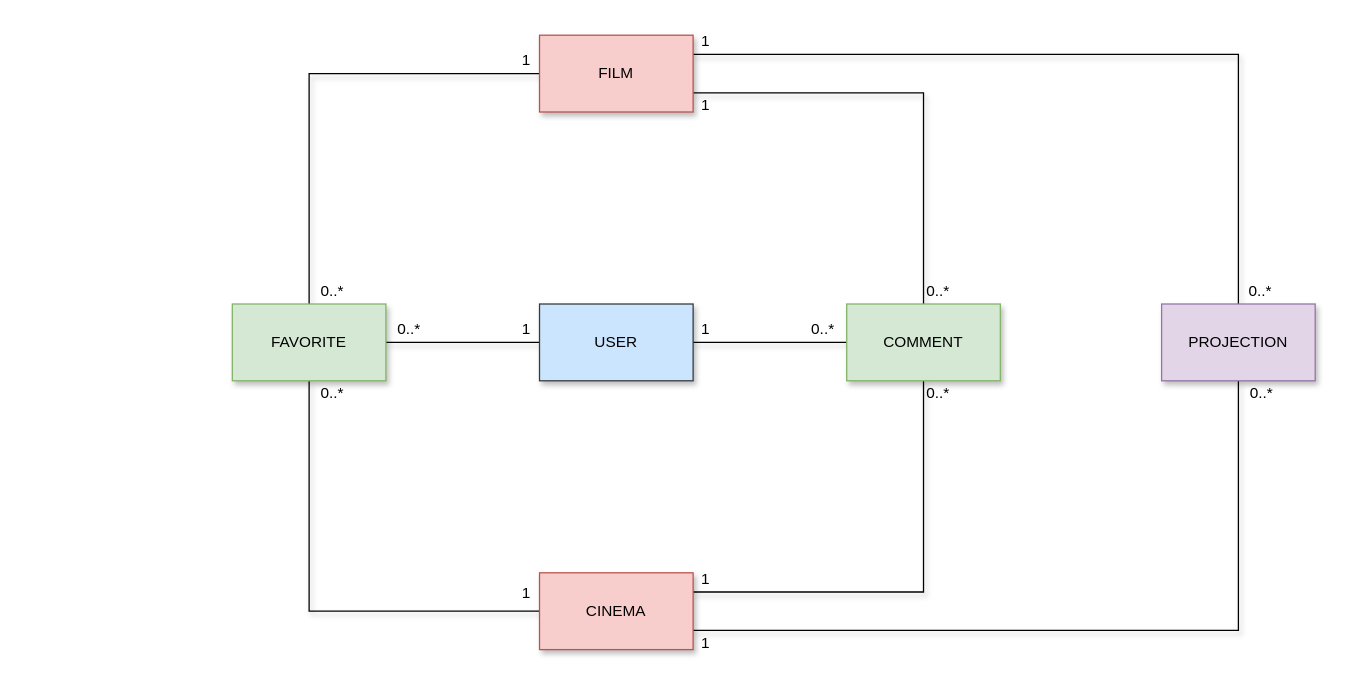
unipi-fr/LargeScaleMultiStructureDatabases keeps this draw.io diagram as Task2/Documentation/Diagrams/Class diagram.drawio. Above is the earlier version. Source tidied: cells renumbered, new cells numbered last; positions are measured from the earlier drawing's top-left corner, leaving out a move shared by most shapes. Both pictures are drawn from the tidied source at 128%, with x=0, y=0 at pixel (232, 35).
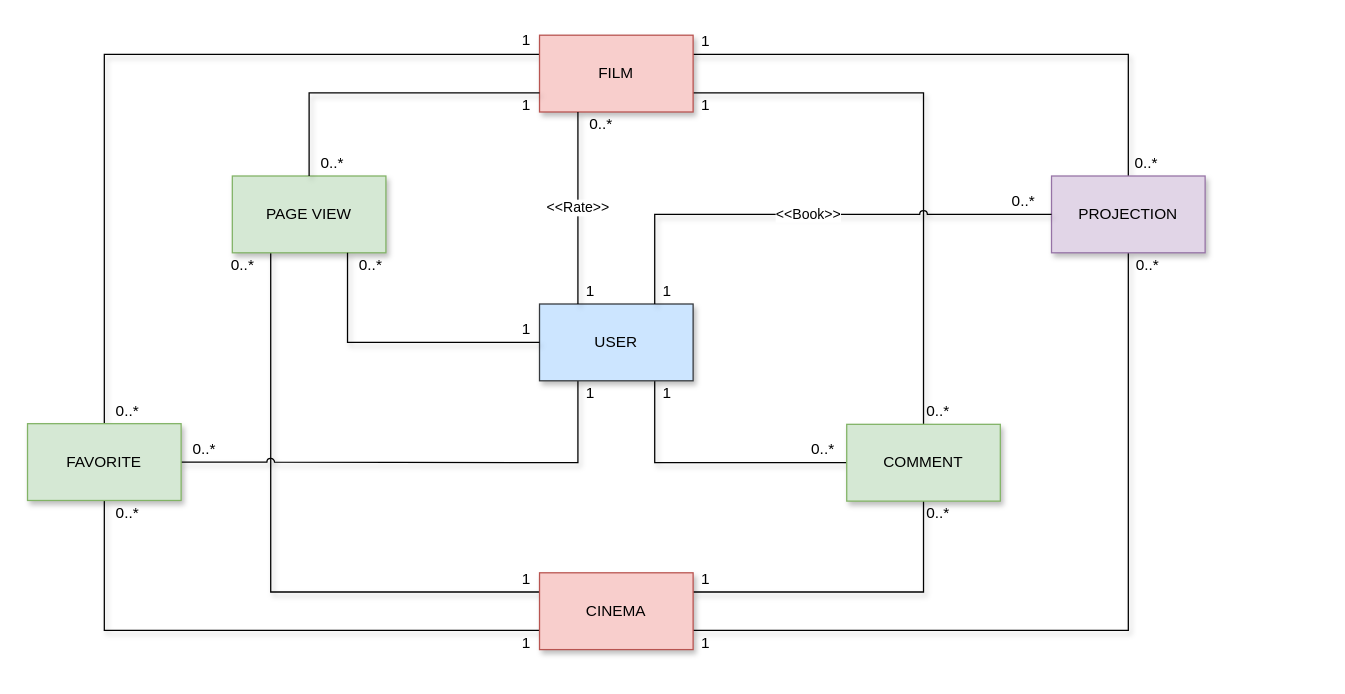
Above is the later version.

Unchanged cells that the change refers to:
```xml
<mxCell id="27" value="CINEMA" style="rounded=0;whiteSpace=wrap;html=1;fillColor=#f8cecc;strokeColor=#b85450;shadow=1;" parent="1" vertex="1">
  <mxGeometry x="240" y="420" width="120" height="60" as="geometry" />
</mxCell>
<mxCell id="28" value="FILM" style="rounded=0;whiteSpace=wrap;html=1;fillColor=#f8cecc;strokeColor=#b85450;shadow=1;" parent="1" vertex="1">
  <mxGeometry x="240" width="120" height="60" as="geometry" />
</mxCell>
<mxCell id="31" value="USER" style="rounded=0;whiteSpace=wrap;html=1;fillColor=#cce5ff;strokeColor=#36393d;shadow=1;" parent="1" vertex="1">
  <mxGeometry x="240" y="210" width="120" height="60" as="geometry" />
</mxCell>
```

What changed in the source:
```diff
@@
+    <mxCell id="32" style="endArrow=none;html=1;entryX=0.25;entryY=1;entryDx=0;entryDy=0;exitX=0;exitY=0.25;exitDx=0;exitDy=0;shadow=1;rounded=0;jumpStyle=arc;" parent="1" edge="1" source="27" target="39">
+      <mxGeometry relative="1" as="geometry">
+        <Array as="points">
+          <mxPoint x="30" y="435" />
+        </Array>
+      </mxGeometry>
+    </mxCell>
-    <mxCell id="2" style="endArrow=none;html=1;entryX=1;entryY=0.5;entryDx=0;entryDy=0;exitX=0;exitY=0.5;exitDx=0;exitDy=0;shadow=1;" parent="1" edge="1" source="31" target="30">
-      <mxGeometry relative="1" as="geometry" />
+    <mxCell id="2" style="endArrow=none;html=1;entryX=1;entryY=0.5;entryDx=0;entryDy=0;exitX=0.25;exitY=1;exitDx=0;exitDy=0;shadow=1;rounded=0;jumpStyle=arc;" parent="1" edge="1" source="31" target="30">
+      <mxGeometry relative="1" as="geometry">
+        <Array as="points">
+          <mxPoint x="270" y="334" />
+          <mxPoint x="150" y="334" />
+        </Array>
+      </mxGeometry>
     </mxCell>
-    <mxCell id="3" style="endArrow=none;html=1;entryX=1;entryY=0.5;entryDx=0;entryDy=0;exitX=0;exitY=0.5;exitDx=0;exitDy=0;shadow=1;" parent="1" edge="1" source="29" target="31">
-      <mxGeometry relative="1" as="geometry" />
+    <mxCell id="3" style="endArrow=none;html=1;entryX=0.75;entryY=1;entryDx=0;entryDy=0;exitX=0;exitY=0.5;exitDx=0;exitDy=0;shadow=1;rounded=0;" parent="1" edge="1" source="29" target="31">
+      <mxGeometry relative="1" as="geometry">
+        <Array as="points">
+          <mxPoint x="330" y="334" />
+        </Array>
+      </mxGeometry>
     </mxCell>
-    <mxCell id="4" style="endArrow=none;html=1;entryX=0.5;entryY=1;entryDx=0;entryDy=0;exitX=0;exitY=0.5;exitDx=0;exitDy=0;rounded=0;shadow=1;" parent="1" edge="1" source="27" target="30">
+    <mxCell id="4" style="endArrow=none;html=1;entryX=0.5;entryY=1;entryDx=0;entryDy=0;exitX=0;exitY=0.75;exitDx=0;exitDy=0;rounded=0;shadow=1;" parent="1" edge="1" source="27" target="30">
       <mxGeometry relative="1" as="geometry">
         <Array as="points">
-          <mxPoint x="60" y="450" />
+          <mxPoint x="-100" y="465" />
         </Array>
       </mxGeometry>
     </mxCell>
-    <mxCell id="5" style="endArrow=none;html=1;entryX=0.5;entryY=0;entryDx=0;entryDy=0;exitX=0;exitY=0.5;exitDx=0;exitDy=0;rounded=0;shadow=1;" parent="1" edge="1" source="28" target="30">
+    <mxCell id="5" style="endArrow=none;html=1;entryX=0.5;entryY=0;entryDx=0;entryDy=0;exitX=0;exitY=0.25;exitDx=0;exitDy=0;rounded=0;shadow=1;" parent="1" edge="1" source="28" target="30">
       <mxGeometry relative="1" as="geometry">
         <Array as="points">
-          <mxPoint x="60" y="30" />
+          <mxPoint x="-100" y="15" />
         </Array>
       </mxGeometry>
     </mxCell>
@@
-    <mxCell id="7" style="endArrow=none;html=1;entryX=1;entryY=0.75;entryDx=0;entryDy=0;exitX=0.5;exitY=0;exitDx=0;exitDy=0;rounded=0;shadow=1;" parent="1" edge="1" source="29" target="28">
+    <mxCell id="7" style="endArrow=none;html=1;entryX=1;entryY=0.75;entryDx=0;entryDy=0;exitX=0.5;exitY=0;exitDx=0;exitDy=0;rounded=0;shadow=1;jumpStyle=arc;" parent="1" edge="1" source="29" target="28">
       <mxGeometry relative="1" as="geometry">
         <Array as="points">
           <mxPoint x="540" y="45" />
         </Array>
       </mxGeometry>
     </mxCell>
     <mxCell id="8" style="endArrow=none;html=1;entryX=1;entryY=0.25;entryDx=0;entryDy=0;exitX=0.5;exitY=0;exitDx=0;exitDy=0;rounded=0;shadow=1;" parent="1" edge="1" source="26" target="28">
       <mxGeometry relative="1" as="geometry">
         <Array as="points">
-          <mxPoint x="786" y="15" />
+          <mxPoint x="700" y="15" />
         </Array>
       </mxGeometry>
     </mxCell>
     <mxCell id="9" style="endArrow=none;html=1;entryX=1;entryY=0.75;entryDx=0;entryDy=0;exitX=0.5;exitY=1;exitDx=0;exitDy=0;rounded=0;shadow=1;" parent="1" edge="1" source="26" target="27">
       <mxGeometry relative="1" as="geometry">
         <Array as="points">
-          <mxPoint x="786" y="465" />
+          <mxPoint x="700" y="465" />
         </Array>
       </mxGeometry>
     </mxCell>
     <mxCell id="10" value="0..*&amp;nbsp; &amp;nbsp; &amp;nbsp;" style="text;html=1;strokeColor=none;fillColor=none;align=center;verticalAlign=middle;whiteSpace=wrap;rounded=0;shadow=1;" parent="1" vertex="1">
-      <mxGeometry x="450" y="220" width="40" height="20" as="geometry" />
+      <mxGeometry x="450" y="314" width="40" height="20" as="geometry" />
     </mxCell>
     <mxCell id="11" value="1" style="text;html=1;strokeColor=none;fillColor=none;align=center;verticalAlign=middle;whiteSpace=wrap;rounded=0;shadow=1;" parent="1" vertex="1">
-      <mxGeometry x="350" y="220" width="40" height="20" as="geometry" />
+      <mxGeometry x="320" y="270" width="40" height="20" as="geometry" />
     </mxCell>
     <mxCell id="12" value="1" style="text;html=1;strokeColor=none;fillColor=none;align=center;verticalAlign=middle;whiteSpace=wrap;rounded=0;shadow=1;" parent="1" vertex="1">
-      <mxGeometry x="210" y="220" width="40" height="20" as="geometry" />
+      <mxGeometry x="260" y="270" width="40" height="20" as="geometry" />
     </mxCell>
     <mxCell id="13" value="0..*&amp;nbsp;" style="text;html=1;strokeColor=none;fillColor=none;align=center;verticalAlign=middle;whiteSpace=wrap;rounded=0;shadow=1;" parent="1" vertex="1">
-      <mxGeometry x="120" y="220" width="40" height="20" as="geometry" />
+      <mxGeometry x="-40" y="313.5" width="40" height="20" as="geometry" />
     </mxCell>
     <mxCell id="14" value="0..*&amp;nbsp;" style="text;html=1;strokeColor=none;fillColor=none;align=center;verticalAlign=middle;whiteSpace=wrap;rounded=0;shadow=1;" parent="1" vertex="1">
-      <mxGeometry x="60" y="270" width="40" height="20" as="geometry" />
+      <mxGeometry x="-100" y="363.5" width="40" height="20" as="geometry" />
     </mxCell>
     <mxCell id="15" value="0..*&amp;nbsp;" style="text;html=1;strokeColor=none;fillColor=none;align=center;verticalAlign=middle;whiteSpace=wrap;rounded=0;shadow=1;" parent="1" vertex="1">
-      <mxGeometry x="60" y="190" width="40" height="20" as="geometry" />
+      <mxGeometry x="-100" y="283.5" width="40" height="20" as="geometry" />
     </mxCell>
     <mxCell id="16" value="0..*&amp;nbsp;" style="text;html=1;strokeColor=none;fillColor=none;align=center;verticalAlign=middle;whiteSpace=wrap;rounded=0;shadow=1;" parent="1" vertex="1">
-      <mxGeometry x="784.8" y="190" width="40" height="20" as="geometry" />
+      <mxGeometry x="695.8" y="90" width="40" height="20" as="geometry" />
     </mxCell>
     <mxCell id="17" value="0..*&amp;nbsp;" style="text;html=1;strokeColor=none;fillColor=none;align=center;verticalAlign=middle;whiteSpace=wrap;rounded=0;shadow=1;" parent="1" vertex="1">
-      <mxGeometry x="785.8" y="270" width="40" height="20" as="geometry" />
+      <mxGeometry x="696.8" y="170" width="40" height="20" as="geometry" />
     </mxCell>
     <mxCell id="18" value="0..*&amp;nbsp; &amp;nbsp; &amp;nbsp;" style="text;html=1;strokeColor=none;fillColor=none;align=center;verticalAlign=middle;whiteSpace=wrap;rounded=0;shadow=1;" parent="1" vertex="1">
-      <mxGeometry x="540" y="190" width="40" height="20" as="geometry" />
+      <mxGeometry x="540" y="284" width="40" height="20" as="geometry" />
     </mxCell>
     <mxCell id="19" value="0..*&amp;nbsp; &amp;nbsp; &amp;nbsp;" style="text;html=1;strokeColor=none;fillColor=none;align=center;verticalAlign=middle;whiteSpace=wrap;rounded=0;shadow=1;" parent="1" vertex="1">
-      <mxGeometry x="540" y="270" width="40" height="20" as="geometry" />
+      <mxGeometry x="540" y="364" width="40" height="20" as="geometry" />
     </mxCell>
@@
     <mxCell id="21" value="1" style="text;html=1;strokeColor=none;fillColor=none;align=center;verticalAlign=middle;whiteSpace=wrap;rounded=0;shadow=1;" parent="1" vertex="1">
-      <mxGeometry x="210" y="10" width="40" height="20" as="geometry" />
+      <mxGeometry x="210" y="-6" width="40" height="20" as="geometry" />
     </mxCell>
@@
     <mxCell id="25" value="1" style="text;html=1;strokeColor=none;fillColor=none;align=center;verticalAlign=middle;whiteSpace=wrap;rounded=0;shadow=1;" parent="1" vertex="1">
-      <mxGeometry x="210" y="426.2" width="40" height="20" as="geometry" />
+      <mxGeometry x="210" y="465" width="40" height="20" as="geometry" />
     </mxCell>
     <mxCell id="26" value="PROJECTION" style="rounded=0;whiteSpace=wrap;html=1;fillColor=#e1d5e7;strokeColor=#9673a6;shadow=1;" parent="1" vertex="1">
-      <mxGeometry x="726" y="210" width="120" height="60" as="geometry" />
+      <mxGeometry x="640" y="110" width="120" height="60" as="geometry" />
     </mxCell>
@@
     <mxCell id="29" value="COMMENT" style="rounded=0;whiteSpace=wrap;html=1;fillColor=#d5e8d4;strokeColor=#82b366;shadow=1;" parent="1" vertex="1">
-      <mxGeometry x="480" y="210" width="120" height="60" as="geometry" />
+      <mxGeometry x="480" y="304" width="120" height="60" as="geometry" />
     </mxCell>
     <mxCell id="30" value="FAVORITE" style="rounded=0;whiteSpace=wrap;html=1;fillColor=#d5e8d4;strokeColor=#82b366;shadow=1;" parent="1" vertex="1">
-      <mxGeometry y="210" width="120" height="60" as="geometry" />
+      <mxGeometry x="-160" y="303.5" width="120" height="60" as="geometry" />
     </mxCell>
@@
+    <mxCell id="33" value="&amp;lt;&amp;lt;Book&amp;gt;&amp;gt;" style="endArrow=none;html=1;entryX=0.75;entryY=0;entryDx=0;entryDy=0;exitX=0;exitY=0.5;exitDx=0;exitDy=0;rounded=0;shadow=1;jumpStyle=arc;" parent="1" edge="1" source="26" target="31">
+      <mxGeometry relative="1" as="geometry">
+        <Array as="points">
+          <mxPoint x="330" y="140" />
+        </Array>
+      </mxGeometry>
+    </mxCell>
+    <mxCell id="34" value="1" style="text;html=1;strokeColor=none;fillColor=none;align=center;verticalAlign=middle;whiteSpace=wrap;rounded=0;shadow=1;" parent="1" vertex="1">
+      <mxGeometry x="320" y="190" width="40" height="20" as="geometry" />
+    </mxCell>
+    <mxCell id="35" value="0..*&amp;nbsp;" style="text;html=1;strokeColor=none;fillColor=none;align=center;verticalAlign=middle;whiteSpace=wrap;rounded=0;shadow=1;" parent="1" vertex="1">
+      <mxGeometry x="599.8" y="120" width="40" height="20" as="geometry" />
+    </mxCell>
+    <mxCell id="36" value="&amp;lt;&amp;lt;Rate&amp;gt;&amp;gt;" style="endArrow=none;html=1;entryX=0.25;entryY=1;entryDx=0;entryDy=0;exitX=0.25;exitY=0;exitDx=0;exitDy=0;shadow=1;" parent="1" edge="1" source="31" target="28">
+      <mxGeometry relative="1" as="geometry" />
+    </mxCell>
+    <mxCell id="37" value="1" style="text;html=1;strokeColor=none;fillColor=none;align=center;verticalAlign=middle;whiteSpace=wrap;rounded=0;shadow=1;" parent="1" vertex="1">
+      <mxGeometry x="260" y="190" width="40" height="20" as="geometry" />
+    </mxCell>
+    <mxCell id="38" value="0..*&amp;nbsp;" style="text;html=1;strokeColor=none;fillColor=none;align=center;verticalAlign=middle;whiteSpace=wrap;rounded=0;shadow=1;" parent="1" vertex="1">
+      <mxGeometry x="270" y="60" width="40" height="20" as="geometry" />
+    </mxCell>
+    <mxCell id="39" value="PAGE VIEW" style="rounded=0;whiteSpace=wrap;html=1;fillColor=#d5e8d4;strokeColor=#82b366;shadow=1;" parent="1" vertex="1">
+      <mxGeometry y="110" width="120" height="60" as="geometry" />
+    </mxCell>
+    <mxCell id="40" style="endArrow=none;html=1;entryX=0.75;entryY=1;entryDx=0;entryDy=0;exitX=0;exitY=0.5;exitDx=0;exitDy=0;shadow=1;rounded=0;" parent="1" edge="1" source="31" target="39">
+      <mxGeometry relative="1" as="geometry">
+        <Array as="points">
+          <mxPoint x="180" y="240" />
+          <mxPoint x="90" y="240" />
+        </Array>
+      </mxGeometry>
+    </mxCell>
+    <mxCell id="41" style="endArrow=none;html=1;entryX=0.5;entryY=0;entryDx=0;entryDy=0;exitX=0;exitY=0.75;exitDx=0;exitDy=0;shadow=1;rounded=0;" parent="1" edge="1" source="28" target="39">
+      <mxGeometry relative="1" as="geometry">
+        <Array as="points">
+          <mxPoint x="60" y="45" />
+        </Array>
+      </mxGeometry>
+    </mxCell>
+    <mxCell id="42" value="1" style="text;html=1;strokeColor=none;fillColor=none;align=center;verticalAlign=middle;whiteSpace=wrap;rounded=0;spacingTop=-10;shadow=1;" parent="1" vertex="1">
+      <mxGeometry x="210.2" y="419.8" width="40" height="20" as="geometry" />
+    </mxCell>
+    <mxCell id="43" value="1" style="text;html=1;strokeColor=none;fillColor=none;align=center;verticalAlign=middle;whiteSpace=wrap;rounded=0;shadow=1;" parent="1" vertex="1">
+      <mxGeometry x="210" y="220" width="40" height="20" as="geometry" />
+    </mxCell>
+    <mxCell id="44" value="0..*&amp;nbsp;" style="text;html=1;strokeColor=none;fillColor=none;align=center;verticalAlign=middle;whiteSpace=wrap;rounded=0;shadow=1;" parent="1" vertex="1">
+      <mxGeometry x="90" y="170" width="40" height="20" as="geometry" />
+    </mxCell>
+    <mxCell id="45" value="0..*&amp;nbsp;" style="text;html=1;strokeColor=none;fillColor=none;align=center;verticalAlign=middle;whiteSpace=wrap;rounded=0;shadow=1;" parent="1" vertex="1">
+      <mxGeometry x="-10" y="170" width="40" height="20" as="geometry" />
+    </mxCell>
+    <mxCell id="46" value="0..*&amp;nbsp;" style="text;html=1;strokeColor=none;fillColor=none;align=center;verticalAlign=middle;whiteSpace=wrap;rounded=0;shadow=1;" parent="1" vertex="1">
+      <mxGeometry x="60" y="90" width="40" height="20" as="geometry" />
+    </mxCell>
+    <mxCell id="47" value="1" style="text;html=1;strokeColor=none;fillColor=none;align=center;verticalAlign=middle;whiteSpace=wrap;rounded=0;spacingTop=-10;shadow=1;" parent="1" vertex="1">
+      <mxGeometry x="210.2" y="50" width="40" height="20" as="geometry" />
+    </mxCell>
```
